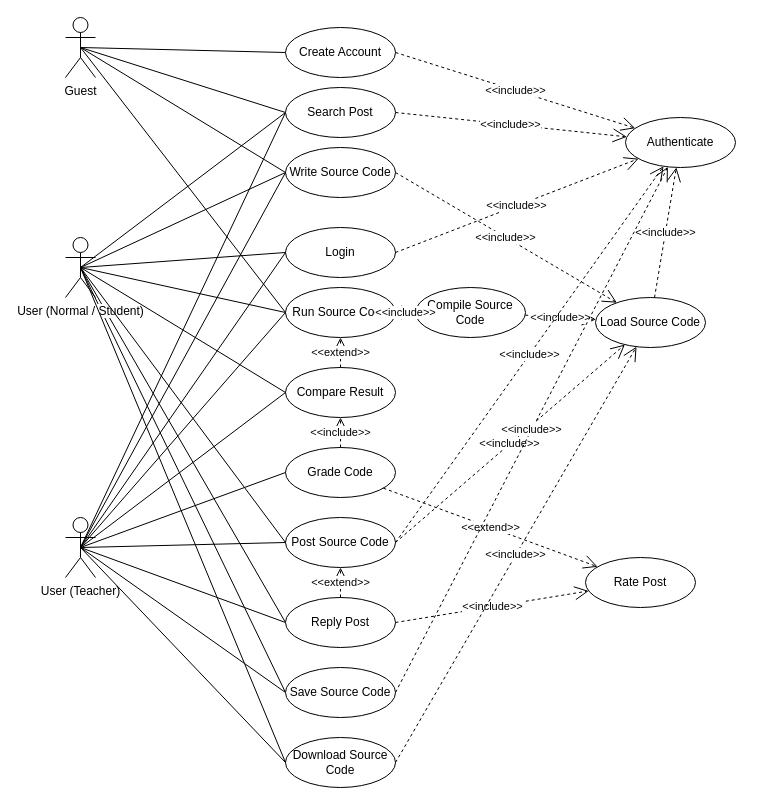
Above: Doc/Graphics/uml_use_case_1.drawio in yuchitoto/CSCI3100-Project (draw.io), before the change. Source tidied: cells renumbered, new cells numbered last; positions are measured from the earlier drawing's top-left corner, leaving out a move shared by most shapes. Both pictures are drawn from the tidied source at 100%, with x=0, y=0 at pixel (65, 17).
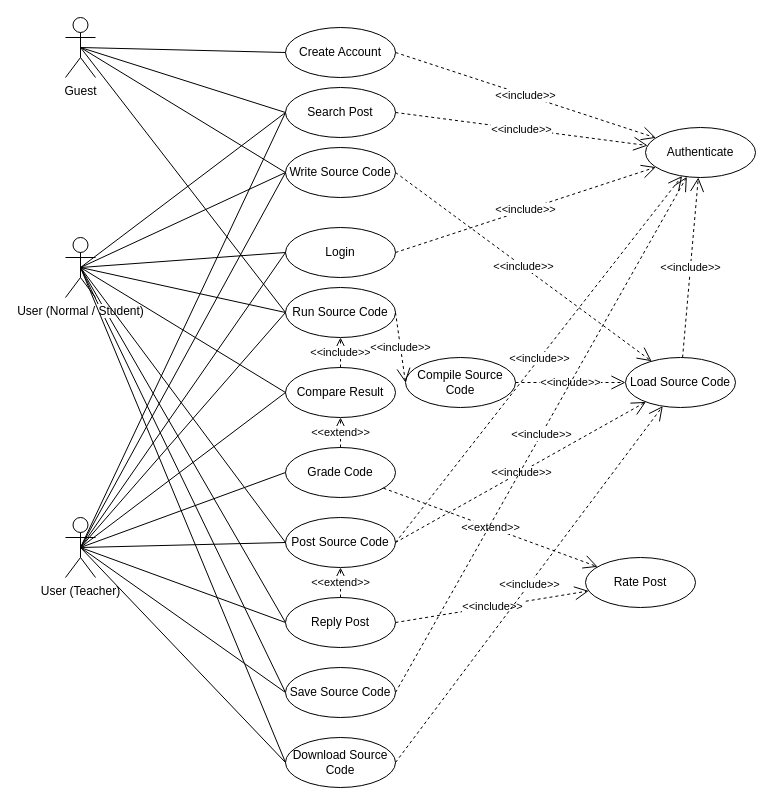
The same diagram, later.

Commit message (it also covers changes not shown here):
update use case 1

Unchanged cells that the change refers to:
```xml
<mxCell id="18" value="Run Source Code" style="ellipse;whiteSpace=wrap;html=1;" parent="1" vertex="1">
  <mxGeometry x="220" y="270" width="110" height="50" as="geometry" />
</mxCell>
<mxCell id="23" value="Compare Result" style="ellipse;whiteSpace=wrap;html=1;" parent="1" vertex="1">
  <mxGeometry x="220" y="350" width="110" height="50" as="geometry" />
</mxCell>
<mxCell id="24" value="Grade Code" style="ellipse;whiteSpace=wrap;html=1;" parent="1" vertex="1">
  <mxGeometry x="220" y="430" width="110" height="50" as="geometry" />
</mxCell>
```

What changed in the source:
```diff
@@
     <mxCell id="16" value="Authenticate" style="ellipse;whiteSpace=wrap;html=1;" parent="1" vertex="1">
-      <mxGeometry x="560" y="100" width="110" height="50" as="geometry" />
+      <mxGeometry x="580" y="110" width="110" height="50" as="geometry" />
     </mxCell>
     <mxCell id="17" value="Compile Source Code" style="ellipse;whiteSpace=wrap;html=1;" parent="1" vertex="1">
-      <mxGeometry x="350" y="270" width="110" height="50" as="geometry" />
+      <mxGeometry x="340" y="340" width="110" height="50" as="geometry" />
     </mxCell>
@@
     <mxCell id="21" value="Load Source Code" style="ellipse;whiteSpace=wrap;html=1;" parent="1" vertex="1">
-      <mxGeometry x="530" y="280" width="110" height="50" as="geometry" />
+      <mxGeometry x="560" y="340" width="110" height="50" as="geometry" />
     </mxCell>
@@
-    <mxCell id="38" value="&amp;lt;&amp;lt;extend&amp;gt;&amp;gt;" style="endArrow=open;endSize=16;endFill=0;html=1;dashed=1;" parent="1" edge="1" source="23" target="18">
+    <mxCell id="38" value="&amp;lt;&amp;lt;include&amp;gt;&amp;gt;" style="endArrow=open;endSize=16;endFill=0;html=1;dashed=1;" parent="1" edge="1" source="23" target="18">
       <mxGeometry relative="1" as="geometry" />
     </mxCell>
@@
-    <mxCell id="58" value="&amp;lt;&amp;lt;include&amp;gt;&amp;gt;" style="endArrow=open;endSize=12;dashed=1;html=1;" parent="1" edge="1" source="24" target="23">
+    <mxCell id="58" value="&amp;lt;&amp;lt;extend&amp;gt;&amp;gt;" style="endArrow=open;endSize=12;dashed=1;html=1;" parent="1" edge="1" source="24" target="23">
       <mxGeometry relative="1" as="geometry" />
     </mxCell>
```
